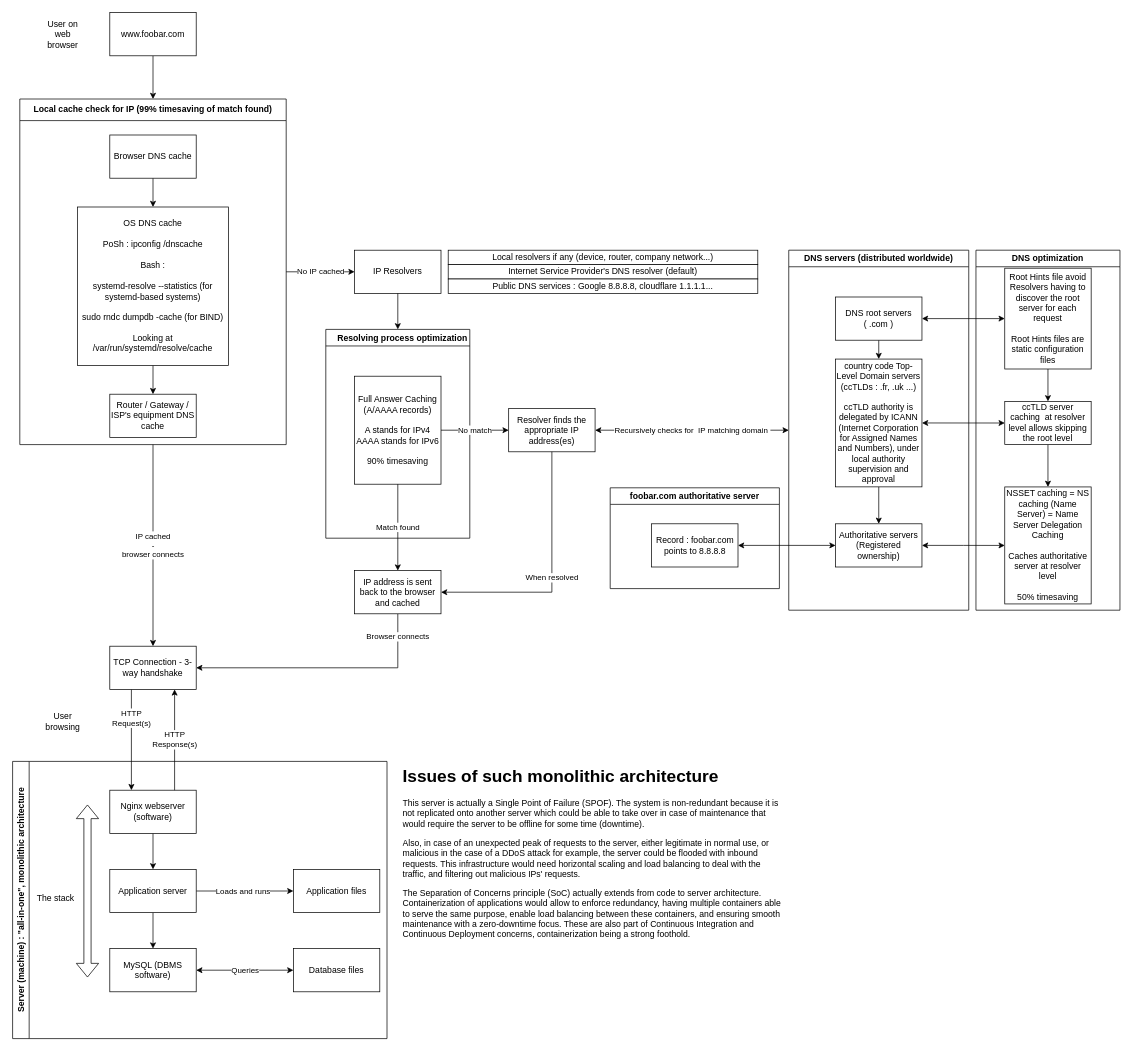
Before: web_infrastructure_design/0-simple_web_stack.drawio in jmitchell35/holbertonschool-system_engineering-devops, a draw.io diagram. Source tidied: cells renumbered, new cells numbered last; positions are measured from the earlier drawing's top-left corner, leaving out a move shared by most shapes. Both pictures are drawn from the tidied source at 72%, with x=0, y=0 at pixel (12, 12).
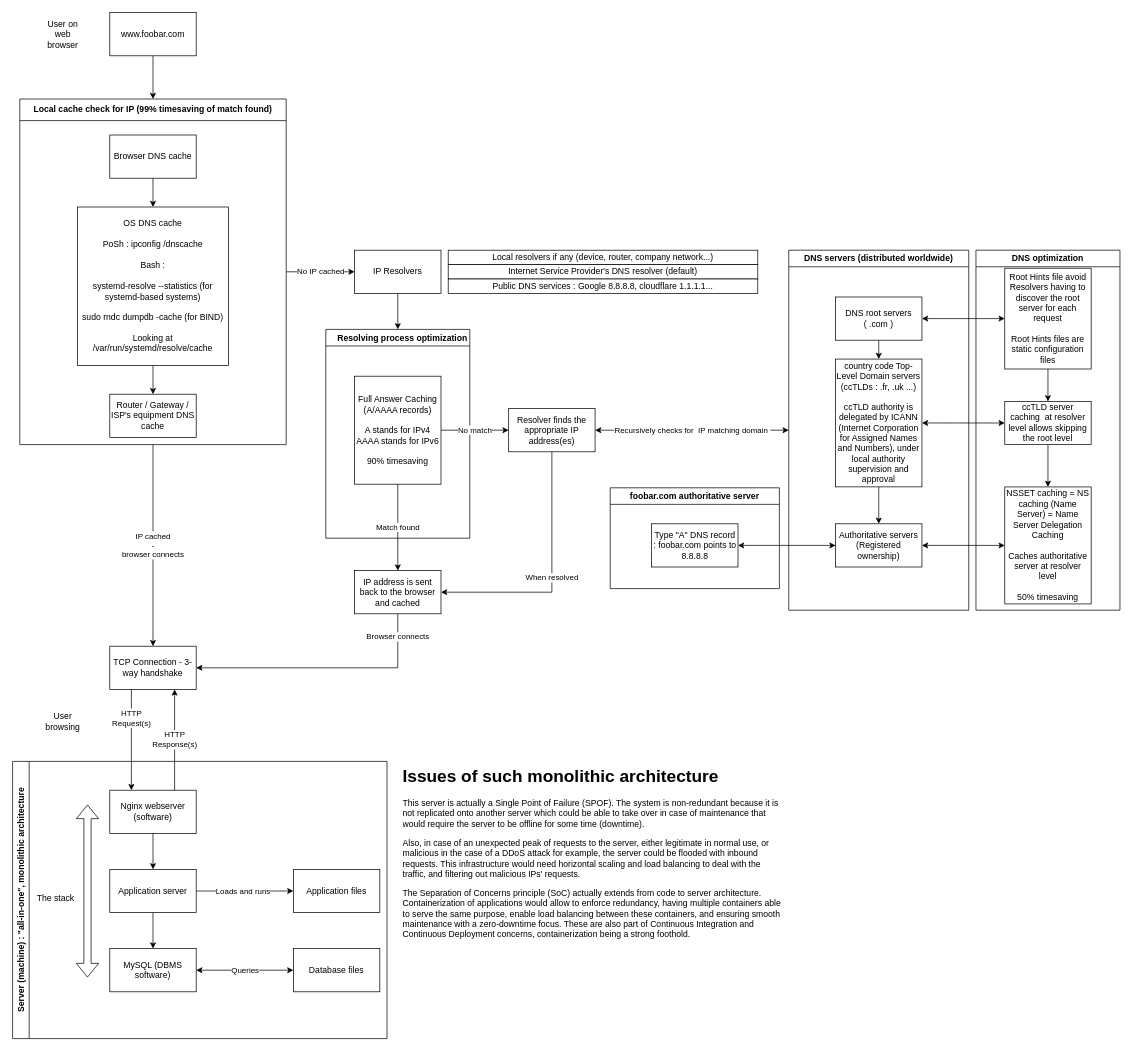
Above is the later version.

The change refers to these unchanged cells:
```xml
<mxCell id="62" value="foobar.com authoritative server" style="swimlane;whiteSpace=wrap;html=1;" parent="32" vertex="1">
  <mxGeometry x="395" y="330" width="235" height="140" as="geometry" />
</mxCell>
```

The edit, as a diff of the source:
```diff
@@
-    <mxCell id="63" value="Record : foobar.com points to 8.8.8.8" style="rounded=0;whiteSpace=wrap;html=1;" parent="62" vertex="1">
+    <mxCell id="63" value="Type &quot;A&quot; DNS record : foobar.com points to 8.8.8.8" style="rounded=0;whiteSpace=wrap;html=1;" parent="62" vertex="1">
       <mxGeometry x="57.5" y="50" width="120" height="60" as="geometry" />
     </mxCell>
```
